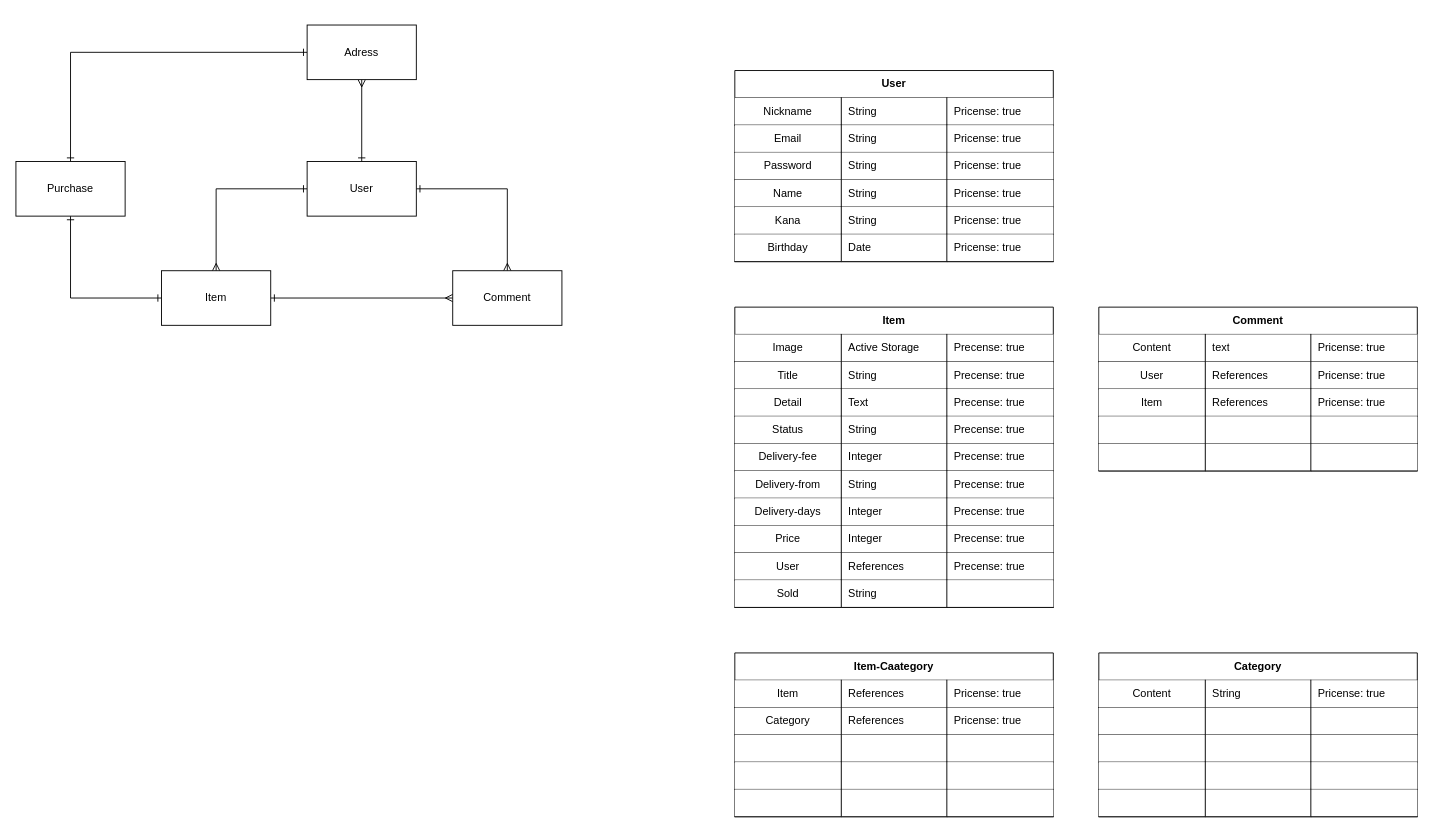
This is er.drawio from ken-is-engineer/furima-34416, a draw.io file, before an edit. Source tidied: cells renumbered, new cells numbered last; positions are measured from the earlier drawing's top-left corner, leaving out a move shared by most shapes. Both pictures are drawn from the tidied source at 91%, with x=0, y=0 at pixel (15, 25).
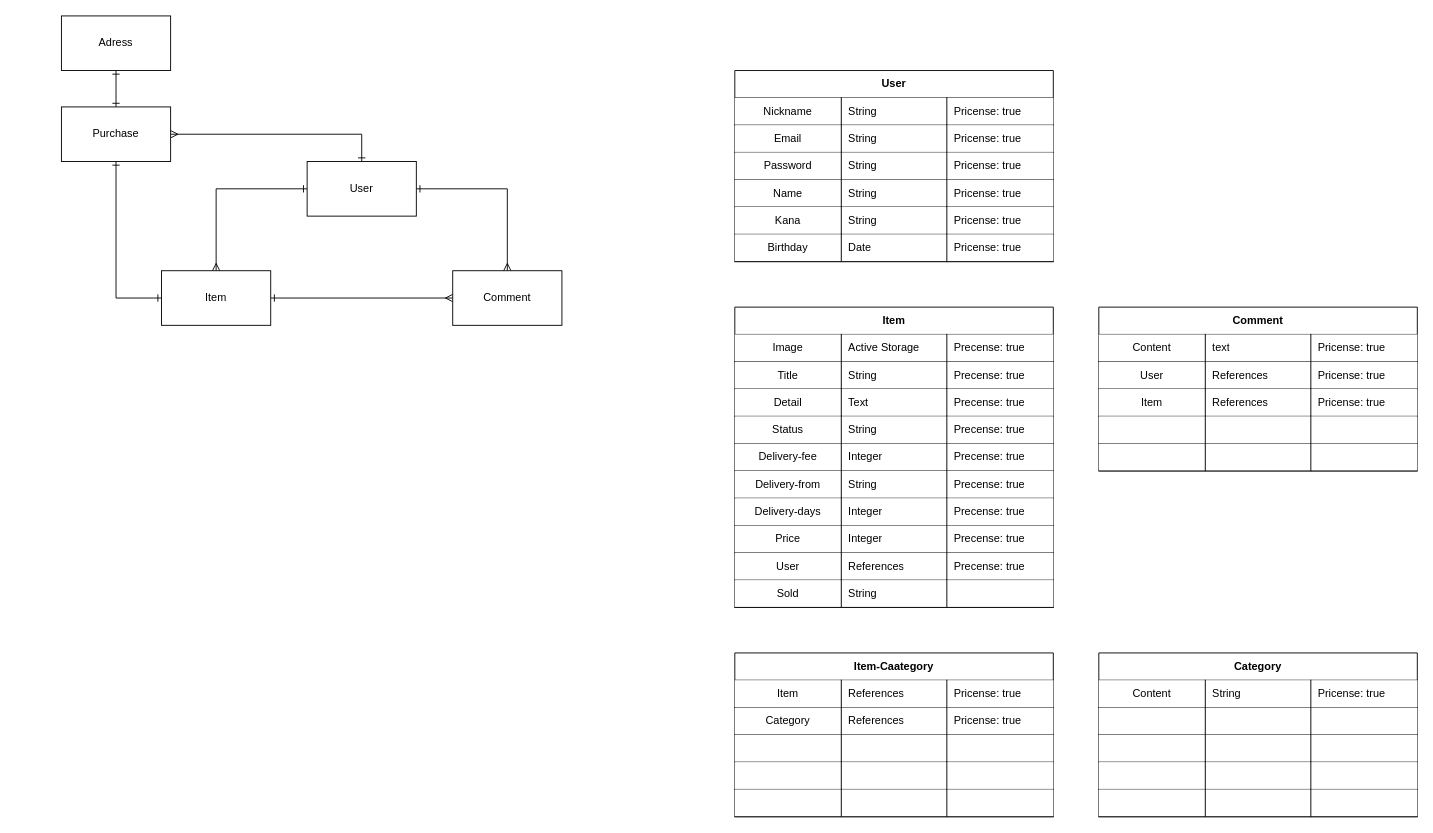
The same page after the edit.

Unchanged cells that the change refers to:
```xml
<mxCell id="4" value="User" style="whiteSpace=wrap;html=1;" parent="1" vertex="1">
  <mxGeometry x="320" y="150" width="120" height="60" as="geometry" />
</mxCell>
```

Diff of the diagram source:
```diff
@@
-    <mxCell id="9" style="edgeStyle=orthogonalEdgeStyle;rounded=0;jettySize=auto;html=1;exitX=0;exitY=0.5;exitDx=0;exitDy=0;entryX=0.5;entryY=0;entryDx=0;entryDy=0;startArrow=ERone;startFill=0;endArrow=ERone;endFill=0;" parent="1" edge="1" source="99" target="10">
+    <mxCell id="9" style="edgeStyle=orthogonalEdgeStyle;rounded=0;jettySize=auto;html=1;exitX=0.5;exitY=1;exitDx=0;exitDy=0;entryX=0.5;entryY=0;entryDx=0;entryDy=0;startArrow=ERone;startFill=0;endArrow=ERone;endFill=0;" parent="1" edge="1" source="99" target="10">
       <mxGeometry relative="1" as="geometry">
         <Array as="points">
-          <mxPoint x="60" y="30" />
+          <mxPoint x="110" y="50" />
+          <mxPoint x="110" y="90" />
         </Array>
       </mxGeometry>
     </mxCell>
+    <mxCell id="142" style="edgeStyle=orthogonalEdgeStyle;rounded=0;jettySize=auto;html=1;exitX=1;exitY=0.5;exitDx=0;exitDy=0;entryX=0.5;entryY=0;entryDx=0;entryDy=0;startArrow=ERmany;startFill=0;endArrow=ERone;endFill=0;" parent="1" edge="1" source="10" target="4">
+      <mxGeometry relative="1" as="geometry" />
+    </mxCell>
     <mxCell id="10" value="Purchase" style="whiteSpace=wrap;html=1;" parent="1" vertex="1">
-      <mxGeometry y="150" width="120" height="60" as="geometry" />
+      <mxGeometry x="50" y="90" width="120" height="60" as="geometry" />
     </mxCell>
@@
-    <mxCell id="98" style="edgeStyle=orthogonalEdgeStyle;rounded=0;jettySize=auto;html=1;exitX=0.5;exitY=1;exitDx=0;exitDy=0;entryX=0.5;entryY=0;entryDx=0;entryDy=0;endArrow=ERone;endFill=0;startArrow=ERmany;startFill=0;" parent="1" edge="1" source="99" target="4">
-      <mxGeometry relative="1" as="geometry" />
-    </mxCell>
     <mxCell id="99" value="Adress" style="whiteSpace=wrap;html=1;" parent="1" vertex="1">
-      <mxGeometry x="320" width="120" height="60" as="geometry" />
+      <mxGeometry x="50" y="-10" width="120" height="60" as="geometry" />
     </mxCell>
```
